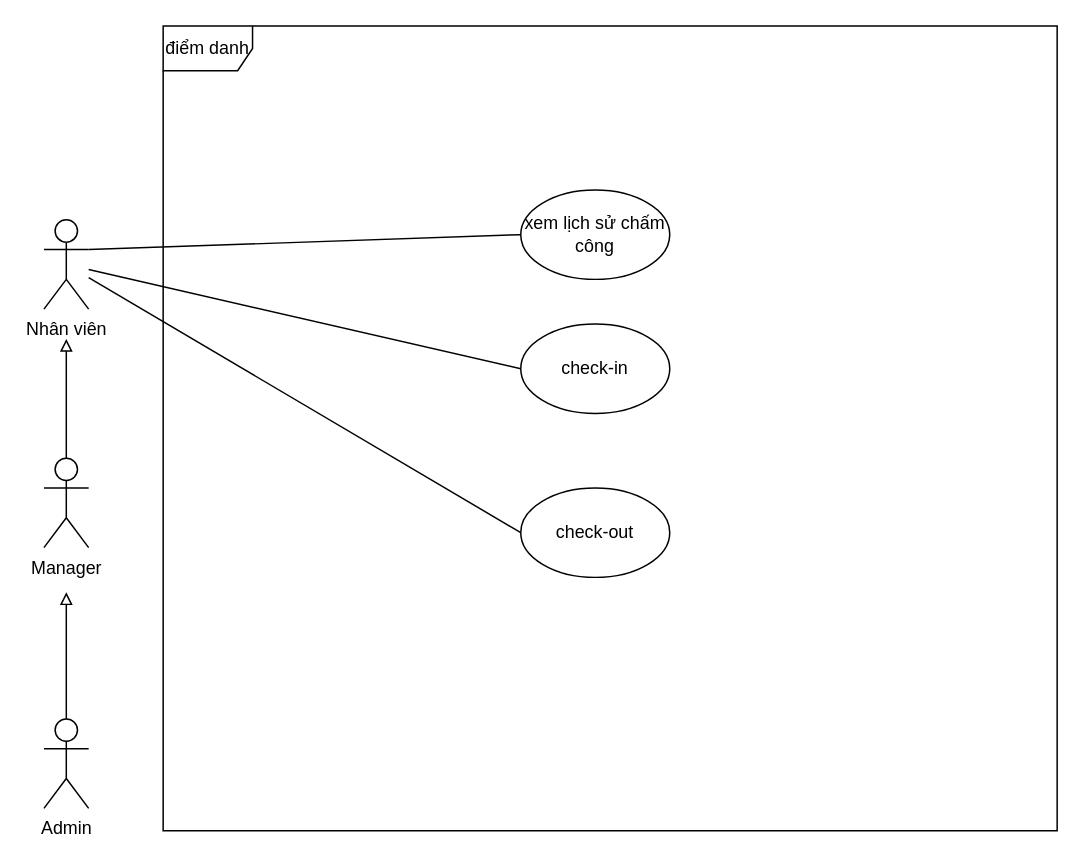
hoangda24312/Group4-DesigningSystem keeps this draw.io diagram as QuanLyDiemDanh.drawio. Above is the earlier version. Source tidied: cells renumbered, new cells numbered last; positions are measured from the earlier drawing's top-left corner, leaving out a move shared by most shapes. Both pictures are drawn from the tidied source at 149%, with x=0, y=0 at pixel (43, 25).
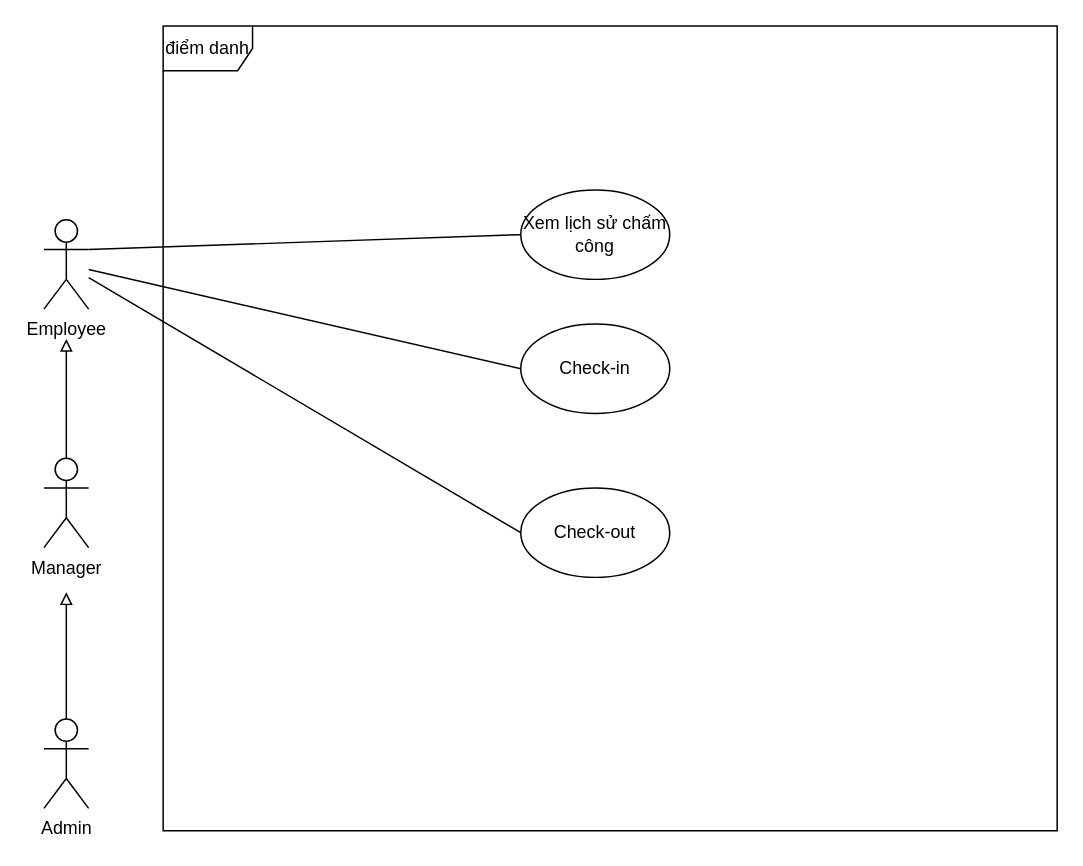
Above is the later version.

Diff of the diagram source:
```diff
@@
 <mxGraphModel>
   <root>
     <mxCell id="0" />
     <mxCell id="1" parent="0" />
-    <mxCell id="2" value="Nhân viên" style="shape=umlActor;verticalLabelPosition=bottom;verticalAlign=top;html=1;outlineConnect=0;" parent="1" vertex="1">
+    <mxCell id="2" value="Employee" style="shape=umlActor;verticalLabelPosition=bottom;verticalAlign=top;html=1;outlineConnect=0;" parent="1" vertex="1">
       <mxGeometry y="130" width="30" height="60" as="geometry" />
     </mxCell>
     <mxCell id="3" value="Manager" style="shape=umlActor;verticalLabelPosition=bottom;verticalAlign=top;html=1;outlineConnect=0;" parent="1" vertex="1">
       <mxGeometry y="290" width="30" height="60" as="geometry" />
     </mxCell>
     <mxCell id="4" style="edgeStyle=orthogonalEdgeStyle;rounded=0;jettySize=auto;html=1;endArrow=block;endFill=0;" parent="1" edge="1" source="5">
       <mxGeometry relative="1" as="geometry">
         <mxPoint x="15" y="380" as="targetPoint" />
       </mxGeometry>
     </mxCell>
     <mxCell id="5" value="Admin" style="shape=umlActor;verticalLabelPosition=bottom;verticalAlign=top;html=1;outlineConnect=0;" parent="1" vertex="1">
       <mxGeometry y="465" width="30" height="60" as="geometry" />
     </mxCell>
-    <mxCell id="6" value="check-in" style="ellipse;whiteSpace=wrap;html=1;" parent="1" vertex="1">
+    <mxCell id="6" value="Check-in" style="ellipse;whiteSpace=wrap;html=1;" parent="1" vertex="1">
       <mxGeometry x="320" y="200" width="100" height="60" as="geometry" />
     </mxCell>
-    <mxCell id="7" value="check-out" style="ellipse;whiteSpace=wrap;html=1;" parent="1" vertex="1">
+    <mxCell id="7" value="Check-out" style="ellipse;whiteSpace=wrap;html=1;" parent="1" vertex="1">
       <mxGeometry x="320" y="310" width="100" height="60" as="geometry" />
     </mxCell>
     <mxCell id="8" style="edgeStyle=orthogonalEdgeStyle;rounded=0;jettySize=auto;html=1;entryX=0.5;entryY=1.333;entryDx=0;entryDy=0;entryPerimeter=0;endArrow=block;endFill=0;" parent="1" edge="1" source="3" target="2">
       <mxGeometry relative="1" as="geometry" />
     </mxCell>
-    <mxCell id="9" value="xem lịch sử chấm công" style="ellipse;whiteSpace=wrap;html=1;" parent="1" vertex="1">
+    <mxCell id="9" value="Xem lịch sử chấm công" style="ellipse;whiteSpace=wrap;html=1;" parent="1" vertex="1">
       <mxGeometry x="320" y="110" width="100" height="60" as="geometry" />
     </mxCell>
     <mxCell id="10" value="điểm danh" style="shape=umlFrame;whiteSpace=wrap;html=1;width=60;height=30;" parent="1" vertex="1">
       <mxGeometry x="80" width="600" height="540" as="geometry" />
     </mxCell>
     <mxCell id="11" style="endArrow=none;html=1;rounded=0;exitX=1;exitY=0.3333333333333333;exitDx=0;exitDy=0;exitPerimeter=0;entryX=0;entryY=0.5;entryDx=0;entryDy=0;" parent="1" edge="1" source="2" target="9">
       <mxGeometry relative="1" as="geometry" />
     </mxCell>
     <mxCell id="12" style="endArrow=none;html=1;rounded=0;entryX=0;entryY=0.5;entryDx=0;entryDy=0;" parent="1" edge="1" source="2" target="6">
       <mxGeometry relative="1" as="geometry" />
     </mxCell>
     <mxCell id="13" style="endArrow=none;html=1;rounded=0;exitX=0;exitY=0.5;exitDx=0;exitDy=0;" parent="1" edge="1" source="7" target="2">
       <mxGeometry relative="1" as="geometry" />
     </mxCell>
   </root>
 </mxGraphModel>
```
